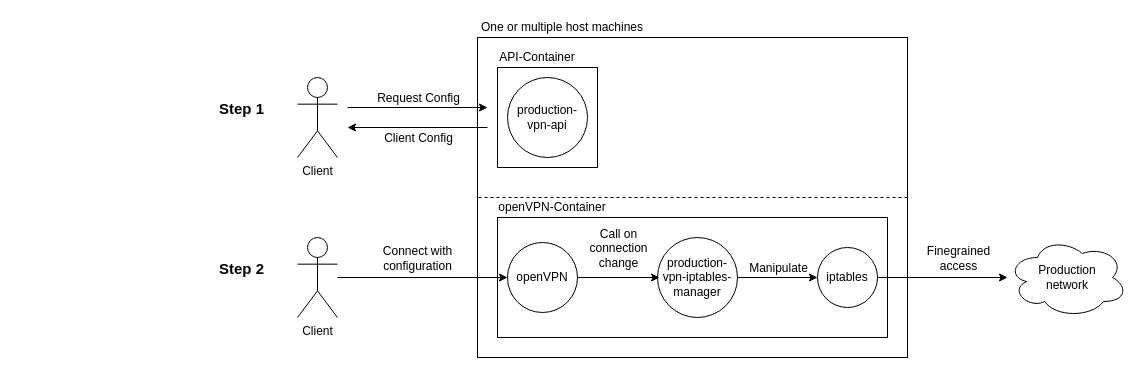
The draw.io diagram page "Environment" (2 of 8) of OVPN Flow.drawio in GlennDeSmedt/GlennDeSmedt.github.io, before the edit. Source tidied: cells renumbered, new cells numbered last; positions are measured from the earlier drawing's top-left corner, leaving out a move shared by most shapes. Both pictures are drawn from the tidied source at 100%, with x=0, y=0 at pixel (217, 17).
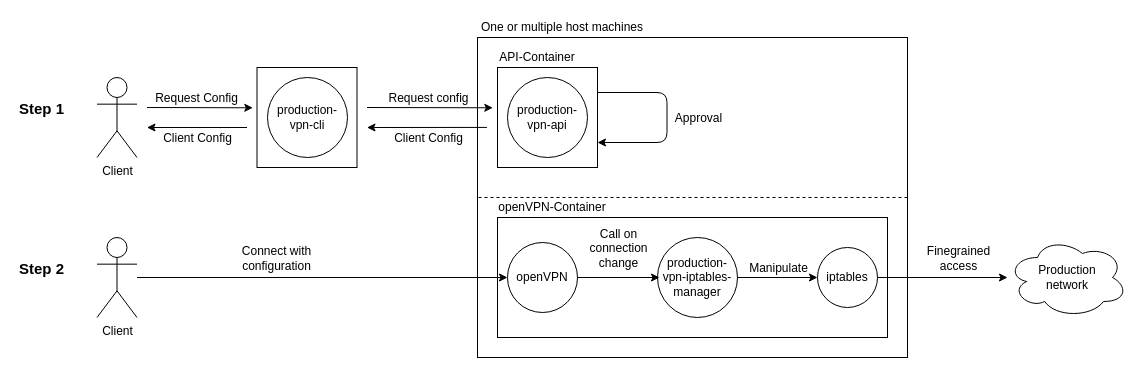
The same diagram, later.

The change refers to these unchanged cells:
```xml
<mxCell id="2" style="rounded=0;whiteSpace=wrap;html=1;fontSize=15;" parent="1" vertex="1">
  <mxGeometry x="260" y="20" width="430" height="320" as="geometry" />
</mxCell>
<mxCell id="4" style="whiteSpace=wrap;html=1;" parent="1" vertex="1">
  <mxGeometry x="280" y="50" width="100" height="100" as="geometry" />
</mxCell>
<mxCell id="13" value="openVPN" style="ellipse;whiteSpace=wrap;html=1;" parent="1" vertex="1">
  <mxGeometry x="290" y="225" width="70" height="70" as="geometry" />
</mxCell>
```

Change to the diagram source:
```diff
@@
     <mxCell id="5" value="Client" style="shape=umlActor;verticalLabelPosition=bottom;labelBackgroundColor=#ffffff;verticalAlign=top;html=1;" parent="1" vertex="1">
-      <mxGeometry x="80" y="60" width="40" height="80" as="geometry" />
+      <mxGeometry x="-120.5" y="60" width="40" height="80" as="geometry" />
     </mxCell>
@@
-    <mxCell id="7" style="endArrow=classic;html=1;" parent="1" edge="1">
+    <mxCell id="7" style="endArrow=classic;html=1;entryX=-0.042;entryY=0.403;entryDx=0;entryDy=0;entryPerimeter=0;" parent="1" edge="1" target="30">
       <mxGeometry relative="1" as="geometry">
-        <mxPoint x="130" y="90" as="sourcePoint" />
-        <mxPoint x="270" y="90" as="targetPoint" />
+        <mxPoint x="-70.5" y="90" as="sourcePoint" />
       </mxGeometry>
     </mxCell>
     <mxCell id="8" value="Request Config" style="text;html=1;align=center;verticalAlign=middle;labelBackgroundColor=#ffffff;" parent="7" vertex="1">
       <mxGeometry x="-0.18" relative="1" as="geometry">
-        <mxPoint x="13" y="-10" as="offset" />
+        <mxPoint x="6.5" y="-10" as="offset" />
       </mxGeometry>
     </mxCell>
     <mxCell id="9" style="endArrow=classic;html=1;" parent="1" edge="1">
       <mxGeometry relative="1" as="geometry">
-        <mxPoint x="270" y="110" as="sourcePoint" />
-        <mxPoint x="130" y="110" as="targetPoint" />
+        <mxPoint x="29.5" y="110" as="sourcePoint" />
+        <mxPoint x="-70.5" y="110" as="targetPoint" />
       </mxGeometry>
     </mxCell>
     <mxCell id="10" value="Client Config" style="text;html=1;align=center;verticalAlign=middle;labelBackgroundColor=#ffffff;" parent="9" vertex="1">
       <mxGeometry x="-0.18" relative="1" as="geometry">
-        <mxPoint x="-13" y="10" as="offset" />
+        <mxPoint x="-9" y="10" as="offset" />
       </mxGeometry>
     </mxCell>
@@
     <mxCell id="15" value="Client" style="shape=umlActor;verticalLabelPosition=bottom;labelBackgroundColor=#ffffff;verticalAlign=top;html=1;" parent="1" vertex="1">
-      <mxGeometry x="80" y="220" width="40" height="80" as="geometry" />
+      <mxGeometry x="-120.5" y="220" width="40" height="80" as="geometry" />
     </mxCell>
     <mxCell id="16" style="endArrow=classic;html=1;entryX=0;entryY=0.5;entryDx=0;entryDy=0;" parent="1" edge="1" target="13">
       <mxGeometry relative="1" as="geometry">
-        <mxPoint x="120" y="260" as="sourcePoint" />
+        <mxPoint x="-80.5" y="260" as="sourcePoint" />
       </mxGeometry>
     </mxCell>
@@
     <mxCell id="26" value="Step 1" style="text;html=1;align=left;verticalAlign=top;spacingTop=-4;fontSize=15;fontStyle=1;" parent="1" vertex="1">
-      <mxGeometry y="80" width="50" height="20" as="geometry" />
+      <mxGeometry x="-200.5" y="80" width="50" height="20" as="geometry" />
     </mxCell>
     <mxCell id="27" value="Step 2" style="text;html=1;align=left;verticalAlign=top;spacingTop=-4;fontSize=15;fontStyle=1;" parent="1" vertex="1">
-      <mxGeometry y="240" width="50" height="20" as="geometry" />
+      <mxGeometry x="-200.5" y="240" width="50" height="20" as="geometry" />
     </mxCell>
@@
+    <mxCell id="30" style="whiteSpace=wrap;html=1;" parent="1" vertex="1">
+      <mxGeometry x="39.5" y="50" width="100" height="100" as="geometry" />
+    </mxCell>
+    <mxCell id="31" style="endArrow=classic;html=1;entryX=-0.047;entryY=0.403;entryDx=0;entryDy=0;entryPerimeter=0;" parent="1" edge="1" target="4">
+      <mxGeometry relative="1" as="geometry">
+        <mxPoint x="149.5" y="90" as="sourcePoint" />
+      </mxGeometry>
+    </mxCell>
+    <mxCell id="32" value="Request config" style="text;html=1;align=center;verticalAlign=middle;labelBackgroundColor=#ffffff;" parent="31" vertex="1">
+      <mxGeometry x="-0.18" relative="1" as="geometry">
+        <mxPoint x="9" y="-10" as="offset" />
+      </mxGeometry>
+    </mxCell>
+    <mxCell id="33" value="production-vpn-cli" style="ellipse;whiteSpace=wrap;html=1;" parent="1" vertex="1">
+      <mxGeometry x="50" y="60" width="80" height="80" as="geometry" />
+    </mxCell>
+    <mxCell id="34" style="endArrow=classic;html=1;exitX=0.022;exitY=0.281;exitDx=0;exitDy=0;exitPerimeter=0;" parent="1" edge="1" source="2">
+      <mxGeometry relative="1" as="geometry">
+        <mxPoint x="149.5" y="110" as="targetPoint" />
+      </mxGeometry>
+    </mxCell>
+    <mxCell id="35" value="Client Config" style="text;html=1;align=center;verticalAlign=middle;labelBackgroundColor=#ffffff;" parent="1" vertex="1">
+      <mxGeometry x="219.3" y="110" as="geometry">
+        <mxPoint x="-9" y="10" as="offset" />
+      </mxGeometry>
+    </mxCell>
+    <mxCell id="36" style="endArrow=classic;html=1;exitX=1;exitY=0.25;exitDx=0;exitDy=0;entryX=1;entryY=0.75;entryDx=0;entryDy=0;" parent="1" edge="1" source="4" target="4">
+      <mxGeometry relative="1" as="geometry">
+        <Array as="points">
+          <mxPoint x="449.5" y="75" />
+          <mxPoint x="449.5" y="125" />
+        </Array>
+      </mxGeometry>
+    </mxCell>
+    <mxCell id="37" value="Approval" style="text;html=1;align=center;verticalAlign=middle;labelBackgroundColor=#ffffff;" parent="36" vertex="1">
+      <mxGeometry x="-0.56" y="-3" relative="1" as="geometry">
+        <mxPoint x="58" y="22" as="offset" />
+      </mxGeometry>
+    </mxCell>
```
